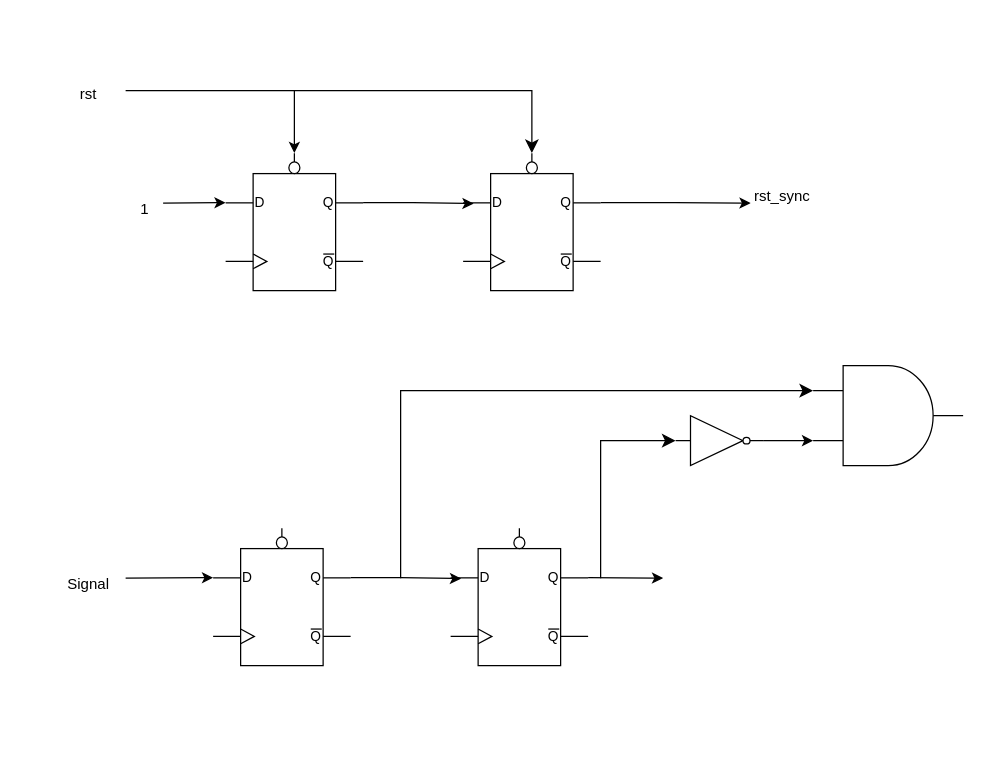
The draw.io diagram Drawing.drawio in yahia-khaled/SystemVerilog-for-Design-Project-ITI, before the edit. Source tidied: cells renumbered, new cells numbered last; positions are measured from the earlier drawing's top-left corner, leaving out a move shared by most shapes. Both pictures are drawn from the tidied source at 125%, with x=0, y=0 at pixel (50, 75).
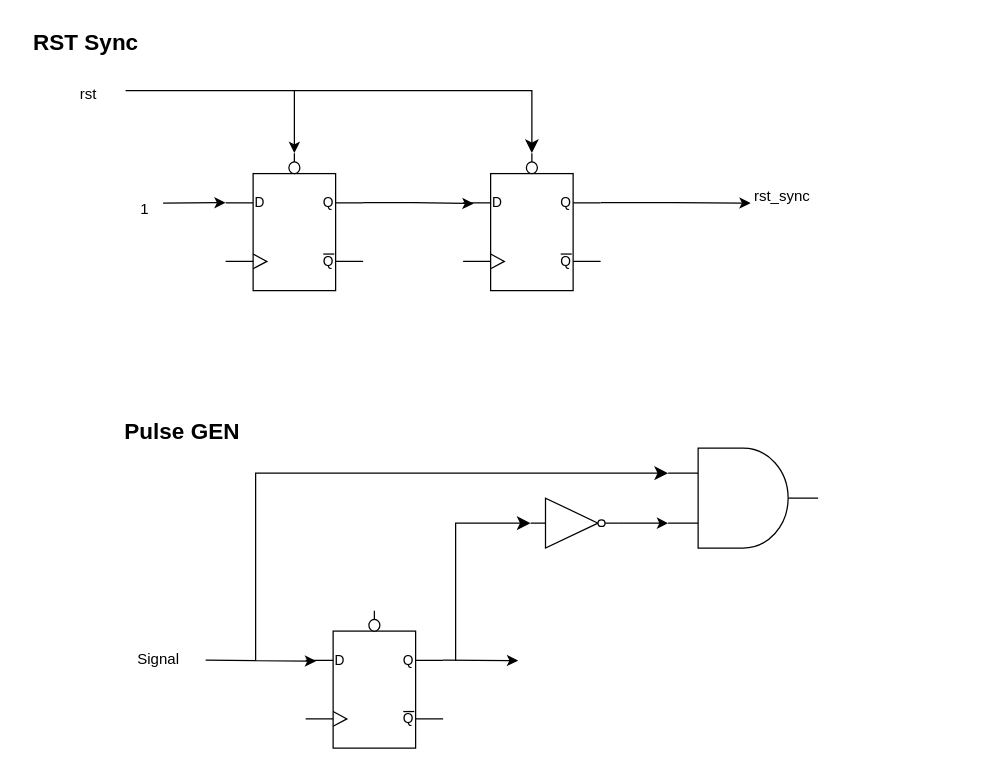
Above is the later version.

What changed in the source:
```diff
@@
-    <mxCell id="12" style="verticalLabelPosition=bottom;shadow=0;dashed=0;align=center;html=1;verticalAlign=top;shape=mxgraph.electrical.logic_gates.d_type_flip-flop_with_clear_2;" parent="1" vertex="1">
-      <mxGeometry x="130" y="362" width="110" height="110" as="geometry" />
-    </mxCell>
     <mxCell id="13" style="verticalLabelPosition=bottom;shadow=0;dashed=0;align=center;html=1;verticalAlign=top;shape=mxgraph.electrical.logic_gates.d_type_flip-flop_with_clear_2;" parent="1" vertex="1">
-      <mxGeometry x="320" y="362" width="110" height="110" as="geometry" />
+      <mxGeometry x="204" y="428" width="110" height="110" as="geometry" />
     </mxCell>
-    <mxCell id="14" style="edgeStyle=orthogonalEdgeStyle;rounded=0;jettySize=auto;html=1;exitX=1;exitY=0.36;exitDx=0;exitDy=0;exitPerimeter=0;entryX=0.076;entryY=0.367;entryDx=0;entryDy=0;entryPerimeter=0;" parent="1" edge="1" source="12" target="13">
-      <mxGeometry relative="1" as="geometry" />
+    <mxCell id="14" style="edgeStyle=orthogonalEdgeStyle;rounded=0;jettySize=auto;html=1;exitX=1;exitY=0.36;exitDx=0;exitDy=0;exitPerimeter=0;entryX=0.076;entryY=0.367;entryDx=0;entryDy=0;entryPerimeter=0;" parent="1" edge="1" target="13">
+      <mxGeometry relative="1" as="geometry">
+        <mxPoint x="124" y="467.6" as="sourcePoint" />
+      </mxGeometry>
     </mxCell>
-    <mxCell id="15" style="edgeStyle=none;jettySize=auto;html=1;rounded=0;entryX=0;entryY=0.36;entryDx=0;entryDy=0;entryPerimeter=0;" parent="1" edge="1" target="12">
-      <mxGeometry relative="1" as="geometry">
-        <mxPoint x="60" y="402" as="sourcePoint" />
-      </mxGeometry>
-    </mxCell>
     <mxCell id="16" value="Signal" style="text;html=1;align=center;verticalAlign=middle;strokeColor=none;fillColor=none;" parent="1" vertex="1">
-      <mxGeometry y="392" width="60" height="30" as="geometry" />
+      <mxGeometry x="56" y="452" width="60" height="30" as="geometry" />
     </mxCell>
     <mxCell id="17" style="endArrow=classic;html=1;rounded=0;exitX=1;exitY=0.36;exitDx=0;exitDy=0;exitPerimeter=0;" parent="1" edge="1" source="13">
       <mxGeometry relative="1" as="geometry">
-        <mxPoint x="490" y="402" as="targetPoint" />
+        <mxPoint x="374" y="468" as="targetPoint" />
       </mxGeometry>
     </mxCell>
     <mxCell id="18" style="verticalLabelPosition=bottom;shadow=0;dashed=0;align=center;html=1;verticalAlign=top;shape=mxgraph.electrical.logic_gates.logic_gate;operation=and;" parent="1" vertex="1">
-      <mxGeometry x="610" y="232" width="120" height="80" as="geometry" />
+      <mxGeometry x="494" y="298" width="120" height="80" as="geometry" />
     </mxCell>
     <mxCell id="19" style="verticalLabelPosition=bottom;shadow=0;dashed=0;align=center;html=1;verticalAlign=top;shape=mxgraph.electrical.logic_gates.inverter_2;" parent="1" vertex="1">
-      <mxGeometry x="500" y="272" width="70" height="40" as="geometry" />
+      <mxGeometry x="384" y="338" width="70" height="40" as="geometry" />
     </mxCell>
@@
     <mxCell id="21" style="edgeStyle=segmentEdgeStyle;endArrow=classic;html=1;curved=0;rounded=0;endSize=8;startSize=8;sourcePerimeterSpacing=0;targetPerimeterSpacing=0;entryX=0;entryY=0.5;entryDx=0;entryDy=0;entryPerimeter=0;" parent="1" edge="1" target="19">
       <mxGeometry relative="1" as="geometry">
-        <mxPoint x="440" y="402" as="sourcePoint" />
+        <mxPoint x="324" y="468" as="sourcePoint" />
         <Array as="points">
-          <mxPoint x="440" y="292" />
+          <mxPoint x="324" y="358" />
         </Array>
       </mxGeometry>
     </mxCell>
     <mxCell id="22" style="edgeStyle=segmentEdgeStyle;endArrow=classic;html=1;curved=0;rounded=0;endSize=8;startSize=8;sourcePerimeterSpacing=0;targetPerimeterSpacing=0;entryX=0;entryY=0.25;entryDx=0;entryDy=0;entryPerimeter=0;" parent="1" edge="1" target="18">
       <mxGeometry relative="1" as="geometry">
-        <mxPoint x="280" y="402" as="sourcePoint" />
+        <mxPoint x="164" y="468" as="sourcePoint" />
         <Array as="points">
-          <mxPoint x="280" y="252" />
+          <mxPoint x="164" y="318" />
         </Array>
       </mxGeometry>
     </mxCell>
+    <mxCell id="23" value="&lt;b&gt;&lt;font style=&quot;font-size: 18px;&quot;&gt;Pulse GEN&lt;/font&gt;&lt;/b&gt;" style="text;html=1;align=center;verticalAlign=middle;strokeColor=none;fillColor=none;" parent="1" vertex="1">
+      <mxGeometry x="50" y="268" width="110" height="34" as="geometry" />
+    </mxCell>
+    <mxCell id="24" value="&lt;b&gt;&lt;font style=&quot;font-size: 18px;&quot;&gt;RST Sync&lt;/font&gt;&lt;/b&gt;" style="text;html=1;align=center;verticalAlign=middle;strokeColor=none;fillColor=none;" parent="1" vertex="1">
+      <mxGeometry x="-23" y="-43" width="102" height="34" as="geometry" />
+    </mxCell>
```
